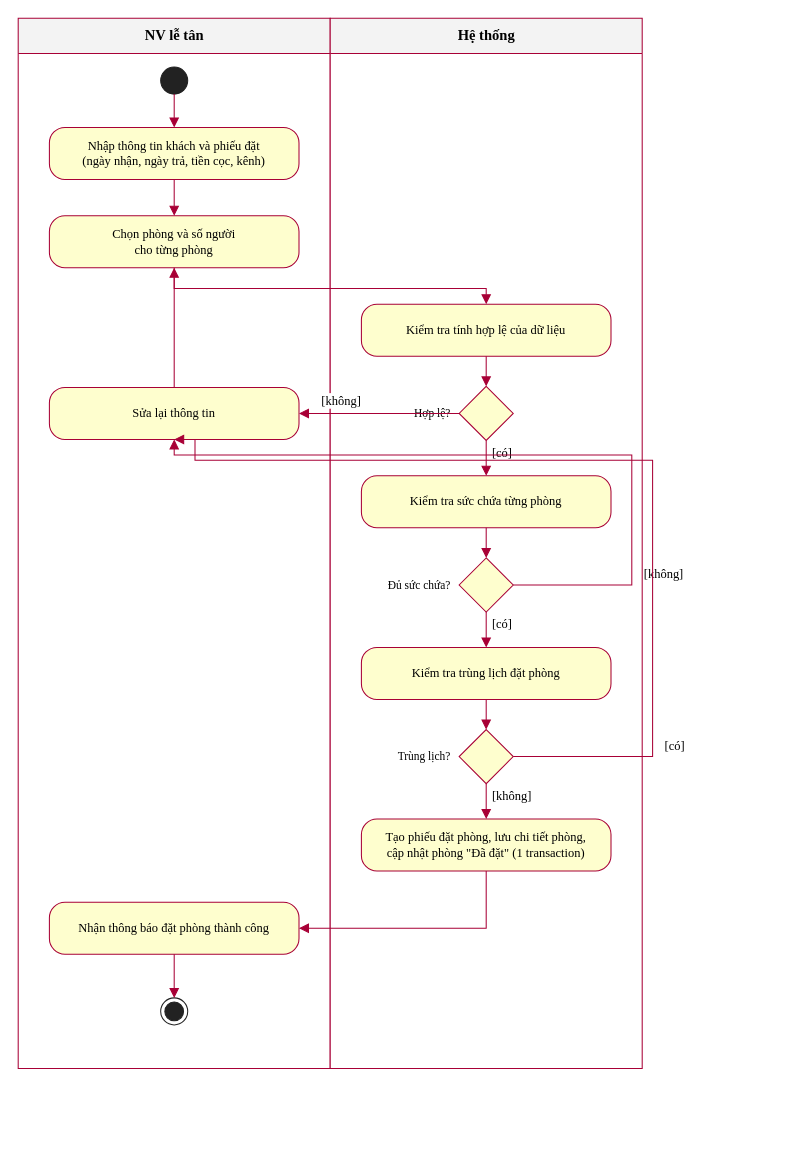
Above: IMAGES/LAB3/H7_Activity_DatPhong.drawio in nguyenquocan5432-bot/LAB_AT_OOSD (draw.io), before the change. Source tidied: cells renumbered, new cells numbered last; positions are measured from the earlier drawing's top-left corner, leaving out a move shared by most shapes. Both pictures are drawn from the tidied source at 104%, with x=0, y=0 at pixel (18, 18).
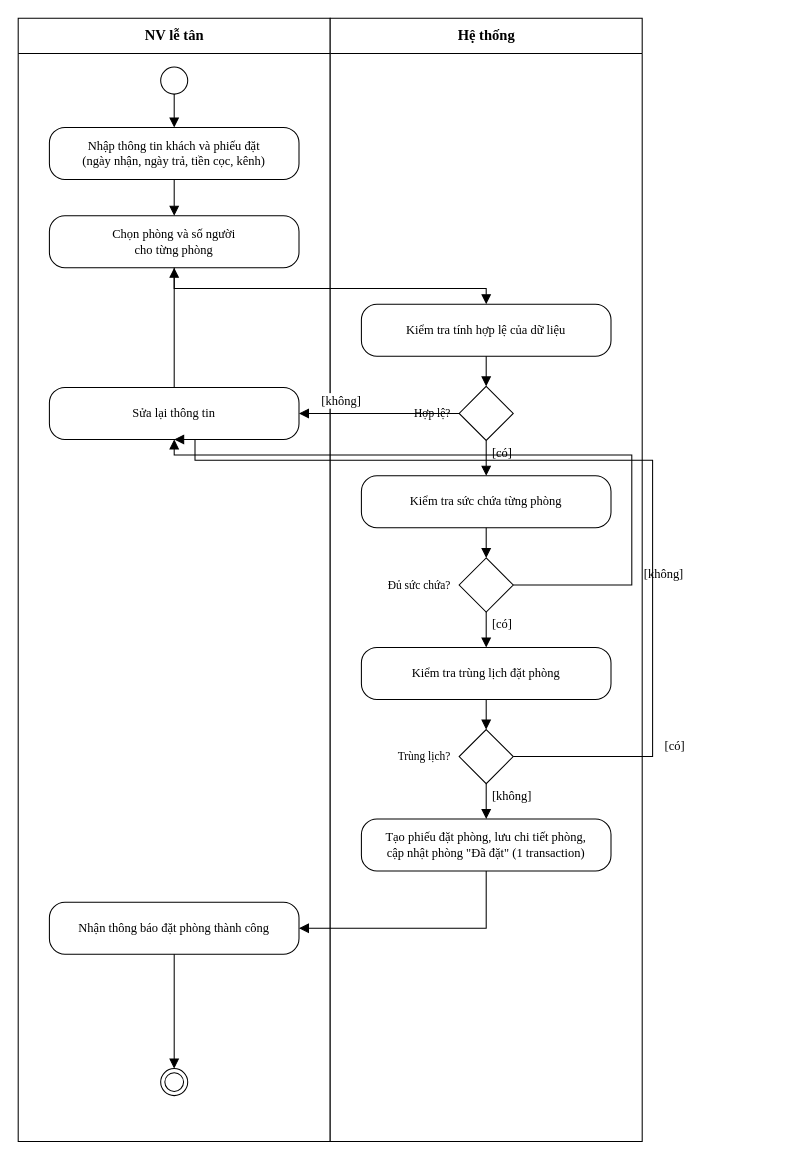
The same diagram, later.

Diff of the diagram source:
```diff
@@
-    <mxCell id="2" value="NV lễ tân" style="swimlane;startSize=34;html=1;fillColor=#F3F3F3;swimlaneFillColor=#FFFFFF;strokeColor=#A80036;fontFamily=Times New Roman;fontSize=14;fontStyle=1;" parent="1" vertex="1">
-      <mxGeometry width="300" height="1010" as="geometry" />
+    <mxCell id="2" value="NV lễ tân" style="swimlane;startSize=34;html=1;swimlaneFillColor=#FFFFFF;fontFamily=Times New Roman;fontSize=14;fontStyle=1;" parent="1" vertex="1">
+      <mxGeometry width="300" height="1080" as="geometry" />
     </mxCell>
+    <mxCell id="19" style="ellipse;html=1;shape=endState;" parent="2" vertex="1">
+      <mxGeometry x="137" y="1010" width="26" height="26" as="geometry" />
+    </mxCell>
-    <mxCell id="3" value="Hệ thống" style="swimlane;startSize=34;html=1;fillColor=#F3F3F3;swimlaneFillColor=#FFFFFF;strokeColor=#A80036;fontFamily=Times New Roman;fontSize=14;fontStyle=1;" parent="1" vertex="1">
-      <mxGeometry x="300" width="300" height="1010" as="geometry" />
+    <mxCell id="3" value="Hệ thống" style="swimlane;startSize=34;html=1;swimlaneFillColor=#FFFFFF;fontFamily=Times New Roman;fontSize=14;fontStyle=1;" parent="1" vertex="1">
+      <mxGeometry x="300" width="300" height="1080" as="geometry" />
     </mxCell>
-    <mxCell id="4" style="ellipse;html=1;fillColor=#222222;strokeColor=#222222;" parent="1" vertex="1">
+    <mxCell id="4" style="ellipse;html=1;" parent="1" vertex="1">
       <mxGeometry x="137" y="47" width="26" height="26" as="geometry" />
     </mxCell>
-    <mxCell id="5" value="Nhập thông tin khách và phiếu đặt&lt;br&gt;(ngày nhận, ngày trả, tiền cọc, kênh)" style="rounded=1;whiteSpace=wrap;html=1;arcSize=30;fillColor=#FEFECE;strokeColor=#A80036;fontFamily=Times New Roman;fontSize=12;" parent="1" vertex="1">
+    <mxCell id="5" value="Nhập thông tin khách và phiếu đặt&lt;br&gt;(ngày nhận, ngày trả, tiền cọc, kênh)" style="rounded=1;whiteSpace=wrap;html=1;arcSize=30;fontFamily=Times New Roman;fontSize=12;" parent="1" vertex="1">
       <mxGeometry x="30" y="105" width="240" height="50" as="geometry" />
     </mxCell>
-    <mxCell id="6" value="Chọn phòng và số người&lt;br&gt;cho từng phòng" style="rounded=1;whiteSpace=wrap;html=1;arcSize=30;fillColor=#FEFECE;strokeColor=#A80036;fontFamily=Times New Roman;fontSize=12;" parent="1" vertex="1">
+    <mxCell id="6" value="Chọn phòng và số người&lt;br&gt;cho từng phòng" style="rounded=1;whiteSpace=wrap;html=1;arcSize=30;fontFamily=Times New Roman;fontSize=12;" parent="1" vertex="1">
       <mxGeometry x="30" y="190" width="240" height="50" as="geometry" />
     </mxCell>
-    <mxCell id="7" value="Kiểm tra tính hợp lệ của dữ liệu" style="rounded=1;whiteSpace=wrap;html=1;arcSize=30;fillColor=#FEFECE;strokeColor=#A80036;fontFamily=Times New Roman;fontSize=12;" parent="1" vertex="1">
+    <mxCell id="7" value="Kiểm tra tính hợp lệ của dữ liệu" style="rounded=1;whiteSpace=wrap;html=1;arcSize=30;fontFamily=Times New Roman;fontSize=12;" parent="1" vertex="1">
       <mxGeometry x="330" y="275" width="240" height="50" as="geometry" />
     </mxCell>
-    <mxCell id="8" style="rhombus;whiteSpace=wrap;html=1;fillColor=#FEFECE;strokeColor=#A80036;" parent="1" vertex="1">
+    <mxCell id="8" style="rhombus;whiteSpace=wrap;html=1;" parent="1" vertex="1">
       <mxGeometry x="424" y="354" width="52" height="52" as="geometry" />
     </mxCell>
@@
-    <mxCell id="10" value="Sửa lại thông tin" style="rounded=1;whiteSpace=wrap;html=1;arcSize=30;fillColor=#FEFECE;strokeColor=#A80036;fontFamily=Times New Roman;fontSize=12;" parent="1" vertex="1">
+    <mxCell id="10" value="Sửa lại thông tin" style="rounded=1;whiteSpace=wrap;html=1;arcSize=30;fontFamily=Times New Roman;fontSize=12;" parent="1" vertex="1">
       <mxGeometry x="30" y="355" width="240" height="50" as="geometry" />
     </mxCell>
-    <mxCell id="11" value="Kiểm tra sức chứa từng phòng" style="rounded=1;whiteSpace=wrap;html=1;arcSize=30;fillColor=#FEFECE;strokeColor=#A80036;fontFamily=Times New Roman;fontSize=12;" parent="1" vertex="1">
+    <mxCell id="11" value="Kiểm tra sức chứa từng phòng" style="rounded=1;whiteSpace=wrap;html=1;arcSize=30;fontFamily=Times New Roman;fontSize=12;" parent="1" vertex="1">
       <mxGeometry x="330" y="440" width="240" height="50" as="geometry" />
     </mxCell>
-    <mxCell id="12" style="rhombus;whiteSpace=wrap;html=1;fillColor=#FEFECE;strokeColor=#A80036;" parent="1" vertex="1">
+    <mxCell id="12" style="rhombus;whiteSpace=wrap;html=1;" parent="1" vertex="1">
       <mxGeometry x="424" y="519" width="52" height="52" as="geometry" />
     </mxCell>
@@
-    <mxCell id="14" value="Kiểm tra trùng lịch đặt phòng" style="rounded=1;whiteSpace=wrap;html=1;arcSize=30;fillColor=#FEFECE;strokeColor=#A80036;fontFamily=Times New Roman;fontSize=12;" parent="1" vertex="1">
+    <mxCell id="14" value="Kiểm tra trùng lịch đặt phòng" style="rounded=1;whiteSpace=wrap;html=1;arcSize=30;fontFamily=Times New Roman;fontSize=12;" parent="1" vertex="1">
       <mxGeometry x="330" y="605" width="240" height="50" as="geometry" />
     </mxCell>
-    <mxCell id="15" style="rhombus;whiteSpace=wrap;html=1;fillColor=#FEFECE;strokeColor=#A80036;" parent="1" vertex="1">
+    <mxCell id="15" style="rhombus;whiteSpace=wrap;html=1;" parent="1" vertex="1">
       <mxGeometry x="424" y="684" width="52" height="52" as="geometry" />
     </mxCell>
@@
-    <mxCell id="17" value="Tạo phiếu đặt phòng, lưu chi tiết phòng,&lt;br&gt;cập nhật phòng &quot;Đã đặt&quot; (1 transaction)" style="rounded=1;whiteSpace=wrap;html=1;arcSize=30;fillColor=#FEFECE;strokeColor=#A80036;fontFamily=Times New Roman;fontSize=12;" parent="1" vertex="1">
+    <mxCell id="17" value="Tạo phiếu đặt phòng, lưu chi tiết phòng,&lt;br&gt;cập nhật phòng &quot;Đã đặt&quot; (1 transaction)" style="rounded=1;whiteSpace=wrap;html=1;arcSize=30;fontFamily=Times New Roman;fontSize=12;" parent="1" vertex="1">
       <mxGeometry x="330" y="770" width="240" height="50" as="geometry" />
     </mxCell>
-    <mxCell id="18" value="Nhận thông báo đặt phòng thành công" style="rounded=1;whiteSpace=wrap;html=1;arcSize=30;fillColor=#FEFECE;strokeColor=#A80036;fontFamily=Times New Roman;fontSize=12;" parent="1" vertex="1">
+    <mxCell id="18" value="Nhận thông báo đặt phòng thành công" style="rounded=1;whiteSpace=wrap;html=1;arcSize=30;fontFamily=Times New Roman;fontSize=12;" parent="1" vertex="1">
       <mxGeometry x="30" y="850" width="240" height="50" as="geometry" />
     </mxCell>
-    <mxCell id="19" style="ellipse;html=1;shape=endState;fillColor=#222222;strokeColor=#222222;" parent="1" vertex="1">
-      <mxGeometry x="137" y="942" width="26" height="26" as="geometry" />
-    </mxCell>
-    <mxCell id="20" style="edgeStyle=orthogonalEdgeStyle;rounded=0;html=1;endArrow=block;endFill=1;endSize=7;strokeColor=#A80036;fontFamily=Times New Roman;fontSize=12;labelBackgroundColor=#FFFFFF;exitX=0.5;exitY=1;exitDx=0;exitDy=0;entryX=0.5;entryY=0;entryDx=0;entryDy=0;" parent="1" edge="1" source="4" target="5">
+    <mxCell id="20" style="edgeStyle=orthogonalEdgeStyle;rounded=0;html=1;endArrow=block;endFill=1;endSize=7;fontFamily=Times New Roman;fontSize=12;labelBackgroundColor=#FFFFFF;exitX=0.5;exitY=1;exitDx=0;exitDy=0;entryX=0.5;entryY=0;entryDx=0;entryDy=0;" parent="1" edge="1" source="4" target="5">
       <mxGeometry relative="1" as="geometry" />
     </mxCell>
-    <mxCell id="21" style="edgeStyle=orthogonalEdgeStyle;rounded=0;html=1;endArrow=block;endFill=1;endSize=7;strokeColor=#A80036;fontFamily=Times New Roman;fontSize=12;labelBackgroundColor=#FFFFFF;exitX=0.5;exitY=1;exitDx=0;exitDy=0;entryX=0.5;entryY=0;entryDx=0;entryDy=0;" parent="1" edge="1" source="5" target="6">
+    <mxCell id="21" style="edgeStyle=orthogonalEdgeStyle;rounded=0;html=1;endArrow=block;endFill=1;endSize=7;fontFamily=Times New Roman;fontSize=12;labelBackgroundColor=#FFFFFF;exitX=0.5;exitY=1;exitDx=0;exitDy=0;entryX=0.5;entryY=0;entryDx=0;entryDy=0;" parent="1" edge="1" source="5" target="6">
       <mxGeometry relative="1" as="geometry" />
     </mxCell>
-    <mxCell id="22" style="edgeStyle=orthogonalEdgeStyle;rounded=0;html=1;endArrow=block;endFill=1;endSize=7;strokeColor=#A80036;fontFamily=Times New Roman;fontSize=12;labelBackgroundColor=#FFFFFF;exitX=0.5;exitY=1;exitDx=0;exitDy=0;entryX=0.5;entryY=0;entryDx=0;entryDy=0;" parent="1" edge="1" source="6" target="7">
+    <mxCell id="22" style="edgeStyle=orthogonalEdgeStyle;rounded=0;html=1;endArrow=block;endFill=1;endSize=7;fontFamily=Times New Roman;fontSize=12;labelBackgroundColor=#FFFFFF;exitX=0.5;exitY=1;exitDx=0;exitDy=0;entryX=0.5;entryY=0;entryDx=0;entryDy=0;" parent="1" edge="1" source="6" target="7">
       <mxGeometry relative="1" as="geometry">
         <Array as="points">
           <mxPoint x="150" y="260" />
           <mxPoint x="450" y="260" />
         </Array>
       </mxGeometry>
     </mxCell>
-    <mxCell id="23" style="edgeStyle=orthogonalEdgeStyle;rounded=0;html=1;endArrow=block;endFill=1;endSize=7;strokeColor=#A80036;fontFamily=Times New Roman;fontSize=12;labelBackgroundColor=#FFFFFF;exitX=0.5;exitY=1;exitDx=0;exitDy=0;entryX=0.5;entryY=0;entryDx=0;entryDy=0;" parent="1" edge="1" source="7" target="8">
+    <mxCell id="23" style="edgeStyle=orthogonalEdgeStyle;rounded=0;html=1;endArrow=block;endFill=1;endSize=7;fontFamily=Times New Roman;fontSize=12;labelBackgroundColor=#FFFFFF;exitX=0.5;exitY=1;exitDx=0;exitDy=0;entryX=0.5;entryY=0;entryDx=0;entryDy=0;" parent="1" edge="1" source="7" target="8">
       <mxGeometry relative="1" as="geometry" />
     </mxCell>
-    <mxCell id="24" style="edgeStyle=orthogonalEdgeStyle;rounded=0;html=1;endArrow=block;endFill=1;endSize=7;strokeColor=#A80036;fontFamily=Times New Roman;fontSize=12;labelBackgroundColor=#FFFFFF;exitX=0;exitY=0.5;exitDx=0;exitDy=0;entryX=1;entryY=0.5;entryDx=0;entryDy=0;" parent="1" edge="1" source="8" target="10">
+    <mxCell id="24" style="edgeStyle=orthogonalEdgeStyle;rounded=0;html=1;endArrow=block;endFill=1;endSize=7;fontFamily=Times New Roman;fontSize=12;labelBackgroundColor=#FFFFFF;exitX=0;exitY=0.5;exitDx=0;exitDy=0;entryX=1;entryY=0.5;entryDx=0;entryDy=0;" parent="1" edge="1" source="8" target="10">
       <mxGeometry relative="1" as="geometry" />
     </mxCell>
@@
-    <mxCell id="26" style="edgeStyle=orthogonalEdgeStyle;rounded=0;html=1;endArrow=block;endFill=1;endSize=7;strokeColor=#A80036;fontFamily=Times New Roman;fontSize=12;labelBackgroundColor=#FFFFFF;exitX=0.5;exitY=0;exitDx=0;exitDy=0;entryX=0.5;entryY=1;entryDx=0;entryDy=0;" parent="1" edge="1" source="10" target="6">
+    <mxCell id="26" style="edgeStyle=orthogonalEdgeStyle;rounded=0;html=1;endArrow=block;endFill=1;endSize=7;fontFamily=Times New Roman;fontSize=12;labelBackgroundColor=#FFFFFF;exitX=0.5;exitY=0;exitDx=0;exitDy=0;entryX=0.5;entryY=1;entryDx=0;entryDy=0;" parent="1" edge="1" source="10" target="6">
       <mxGeometry relative="1" as="geometry">
         <Array as="points">
           <mxPoint x="150" y="280" />
           <mxPoint x="150" y="280" />
         </Array>
       </mxGeometry>
     </mxCell>
-    <mxCell id="27" style="edgeStyle=orthogonalEdgeStyle;rounded=0;html=1;endArrow=block;endFill=1;endSize=7;strokeColor=#A80036;fontFamily=Times New Roman;fontSize=12;labelBackgroundColor=#FFFFFF;exitX=0.5;exitY=1;exitDx=0;exitDy=0;entryX=0.5;entryY=0;entryDx=0;entryDy=0;" parent="1" edge="1" source="8" target="11">
+    <mxCell id="27" style="edgeStyle=orthogonalEdgeStyle;rounded=0;html=1;endArrow=block;endFill=1;endSize=7;fontFamily=Times New Roman;fontSize=12;labelBackgroundColor=#FFFFFF;exitX=0.5;exitY=1;exitDx=0;exitDy=0;entryX=0.5;entryY=0;entryDx=0;entryDy=0;" parent="1" edge="1" source="8" target="11">
       <mxGeometry relative="1" as="geometry" />
     </mxCell>
@@
-    <mxCell id="29" style="edgeStyle=orthogonalEdgeStyle;rounded=0;html=1;endArrow=block;endFill=1;endSize=7;strokeColor=#A80036;fontFamily=Times New Roman;fontSize=12;labelBackgroundColor=#FFFFFF;exitX=0.5;exitY=1;exitDx=0;exitDy=0;entryX=0.5;entryY=0;entryDx=0;entryDy=0;" parent="1" edge="1" source="11" target="12">
+    <mxCell id="29" style="edgeStyle=orthogonalEdgeStyle;rounded=0;html=1;endArrow=block;endFill=1;endSize=7;fontFamily=Times New Roman;fontSize=12;labelBackgroundColor=#FFFFFF;exitX=0.5;exitY=1;exitDx=0;exitDy=0;entryX=0.5;entryY=0;entryDx=0;entryDy=0;" parent="1" edge="1" source="11" target="12">
       <mxGeometry relative="1" as="geometry" />
     </mxCell>
-    <mxCell id="30" style="edgeStyle=orthogonalEdgeStyle;rounded=0;html=1;endArrow=block;endFill=1;endSize=7;strokeColor=#A80036;fontFamily=Times New Roman;fontSize=12;labelBackgroundColor=#FFFFFF;exitX=1;exitY=0.5;exitDx=0;exitDy=0;entryX=0.5;entryY=1;entryDx=0;entryDy=0;" parent="1" edge="1" source="12" target="10">
+    <mxCell id="30" style="edgeStyle=orthogonalEdgeStyle;rounded=0;html=1;endArrow=block;endFill=1;endSize=7;fontFamily=Times New Roman;fontSize=12;labelBackgroundColor=#FFFFFF;exitX=1;exitY=0.5;exitDx=0;exitDy=0;entryX=0.5;entryY=1;entryDx=0;entryDy=0;" parent="1" edge="1" source="12" target="10">
       <mxGeometry relative="1" as="geometry">
         <Array as="points">
           <mxPoint x="590" y="545" />
           <mxPoint x="590" y="420" />
           <mxPoint x="150" y="420" />
         </Array>
       </mxGeometry>
     </mxCell>
@@
-    <mxCell id="32" style="edgeStyle=orthogonalEdgeStyle;rounded=0;html=1;endArrow=block;endFill=1;endSize=7;strokeColor=#A80036;fontFamily=Times New Roman;fontSize=12;labelBackgroundColor=#FFFFFF;exitX=0.5;exitY=1;exitDx=0;exitDy=0;entryX=0.5;entryY=0;entryDx=0;entryDy=0;" parent="1" edge="1" source="12" target="14">
+    <mxCell id="32" style="edgeStyle=orthogonalEdgeStyle;rounded=0;html=1;endArrow=block;endFill=1;endSize=7;fontFamily=Times New Roman;fontSize=12;labelBackgroundColor=#FFFFFF;exitX=0.5;exitY=1;exitDx=0;exitDy=0;entryX=0.5;entryY=0;entryDx=0;entryDy=0;" parent="1" edge="1" source="12" target="14">
       <mxGeometry relative="1" as="geometry" />
     </mxCell>
@@
-    <mxCell id="34" style="edgeStyle=orthogonalEdgeStyle;rounded=0;html=1;endArrow=block;endFill=1;endSize=7;strokeColor=#A80036;fontFamily=Times New Roman;fontSize=12;labelBackgroundColor=#FFFFFF;exitX=0.5;exitY=1;exitDx=0;exitDy=0;entryX=0.5;entryY=0;entryDx=0;entryDy=0;" parent="1" edge="1" source="14" target="15">
+    <mxCell id="34" style="edgeStyle=orthogonalEdgeStyle;rounded=0;html=1;endArrow=block;endFill=1;endSize=7;fontFamily=Times New Roman;fontSize=12;labelBackgroundColor=#FFFFFF;exitX=0.5;exitY=1;exitDx=0;exitDy=0;entryX=0.5;entryY=0;entryDx=0;entryDy=0;" parent="1" edge="1" source="14" target="15">
       <mxGeometry relative="1" as="geometry" />
     </mxCell>
-    <mxCell id="35" style="edgeStyle=orthogonalEdgeStyle;rounded=0;html=1;endArrow=block;endFill=1;endSize=7;strokeColor=#A80036;fontFamily=Times New Roman;fontSize=12;labelBackgroundColor=#FFFFFF;exitX=1;exitY=0.5;exitDx=0;exitDy=0;entryX=0.5;entryY=1;entryDx=0;entryDy=0;" parent="1" edge="1" source="15" target="10">
+    <mxCell id="35" style="edgeStyle=orthogonalEdgeStyle;rounded=0;html=1;endArrow=block;endFill=1;endSize=7;fontFamily=Times New Roman;fontSize=12;labelBackgroundColor=#FFFFFF;exitX=1;exitY=0.5;exitDx=0;exitDy=0;entryX=0.5;entryY=1;entryDx=0;entryDy=0;" parent="1" edge="1" source="15" target="10">
       <mxGeometry relative="1" as="geometry">
         <Array as="points">
           <mxPoint x="610" y="710" />
           <mxPoint x="610" y="425" />
           <mxPoint x="170" y="425" />
         </Array>
       </mxGeometry>
     </mxCell>
@@
-    <mxCell id="37" style="edgeStyle=orthogonalEdgeStyle;rounded=0;html=1;endArrow=block;endFill=1;endSize=7;strokeColor=#A80036;fontFamily=Times New Roman;fontSize=12;labelBackgroundColor=#FFFFFF;exitX=0.5;exitY=1;exitDx=0;exitDy=0;entryX=0.5;entryY=0;entryDx=0;entryDy=0;" parent="1" edge="1" source="15" target="17">
+    <mxCell id="37" style="edgeStyle=orthogonalEdgeStyle;rounded=0;html=1;endArrow=block;endFill=1;endSize=7;fontFamily=Times New Roman;fontSize=12;labelBackgroundColor=#FFFFFF;exitX=0.5;exitY=1;exitDx=0;exitDy=0;entryX=0.5;entryY=0;entryDx=0;entryDy=0;" parent="1" edge="1" source="15" target="17">
       <mxGeometry relative="1" as="geometry" />
     </mxCell>
@@
-    <mxCell id="39" style="edgeStyle=orthogonalEdgeStyle;rounded=0;html=1;endArrow=block;endFill=1;endSize=7;strokeColor=#A80036;fontFamily=Times New Roman;fontSize=12;labelBackgroundColor=#FFFFFF;exitX=0.5;exitY=1;exitDx=0;exitDy=0;entryX=1;entryY=0.5;entryDx=0;entryDy=0;" parent="1" edge="1" source="17" target="18">
+    <mxCell id="39" style="edgeStyle=orthogonalEdgeStyle;rounded=0;html=1;endArrow=block;endFill=1;endSize=7;fontFamily=Times New Roman;fontSize=12;labelBackgroundColor=#FFFFFF;exitX=0.5;exitY=1;exitDx=0;exitDy=0;entryX=1;entryY=0.5;entryDx=0;entryDy=0;" parent="1" edge="1" source="17" target="18">
       <mxGeometry relative="1" as="geometry">
         <Array as="points">
           <mxPoint x="450" y="875" />
         </Array>
       </mxGeometry>
     </mxCell>
-    <mxCell id="40" style="edgeStyle=orthogonalEdgeStyle;rounded=0;html=1;endArrow=block;endFill=1;endSize=7;strokeColor=#A80036;fontFamily=Times New Roman;fontSize=12;labelBackgroundColor=#FFFFFF;exitX=0.5;exitY=1;exitDx=0;exitDy=0;entryX=0.5;entryY=0;entryDx=0;entryDy=0;" parent="1" edge="1" source="18" target="19">
+    <mxCell id="40" style="edgeStyle=orthogonalEdgeStyle;rounded=0;html=1;endArrow=block;endFill=1;endSize=7;fontFamily=Times New Roman;fontSize=12;labelBackgroundColor=#FFFFFF;exitX=0.5;exitY=1;exitDx=0;exitDy=0;entryX=0.5;entryY=0;entryDx=0;entryDy=0;" parent="1" edge="1" source="18" target="19">
       <mxGeometry relative="1" as="geometry" />
     </mxCell>
```
